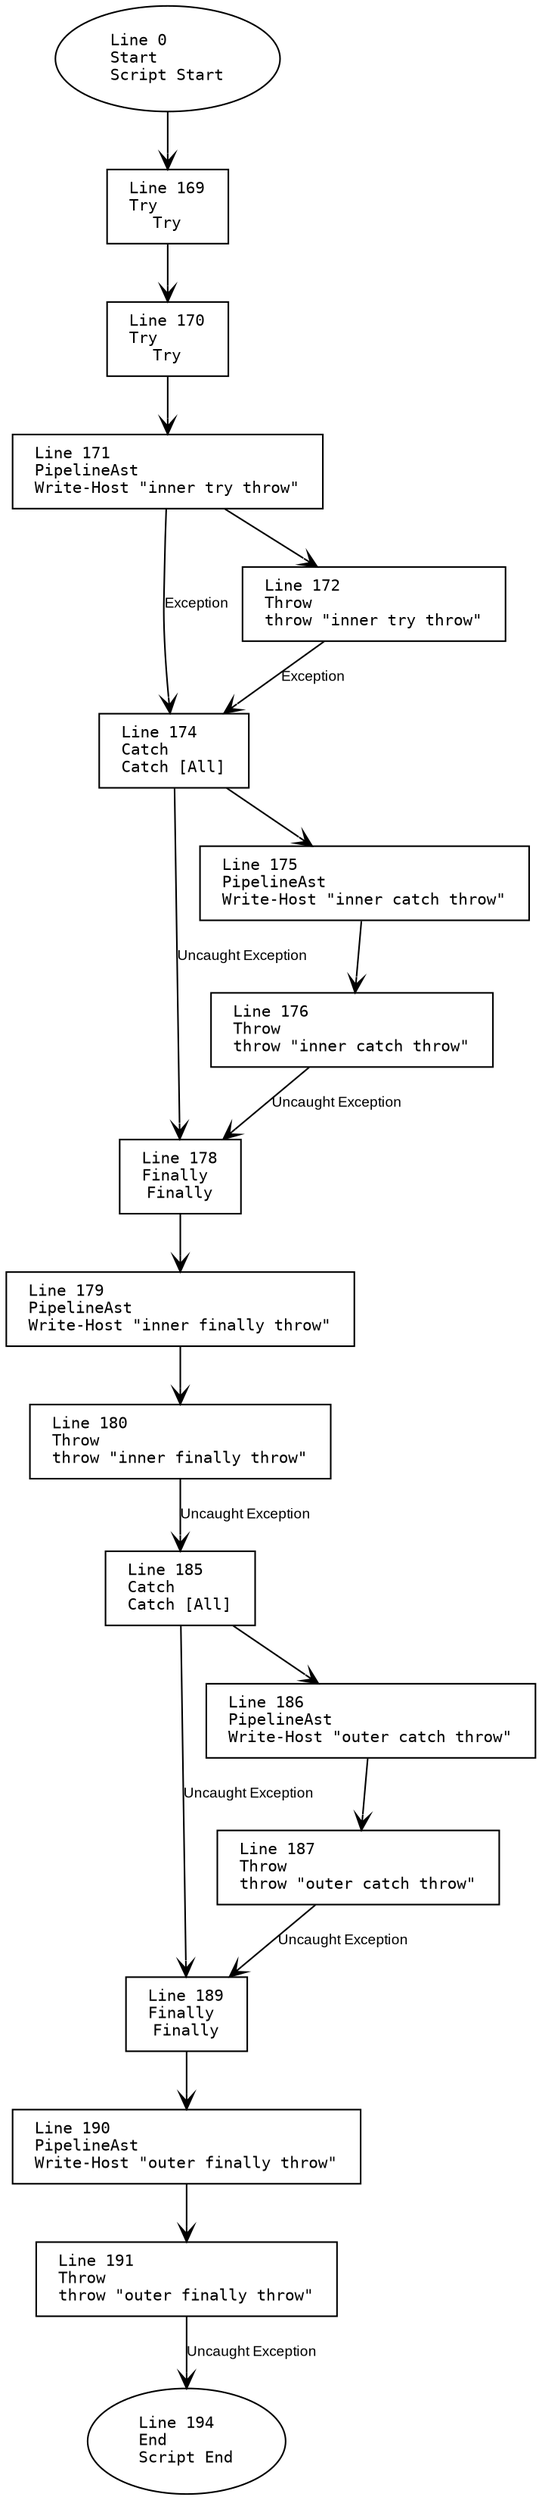
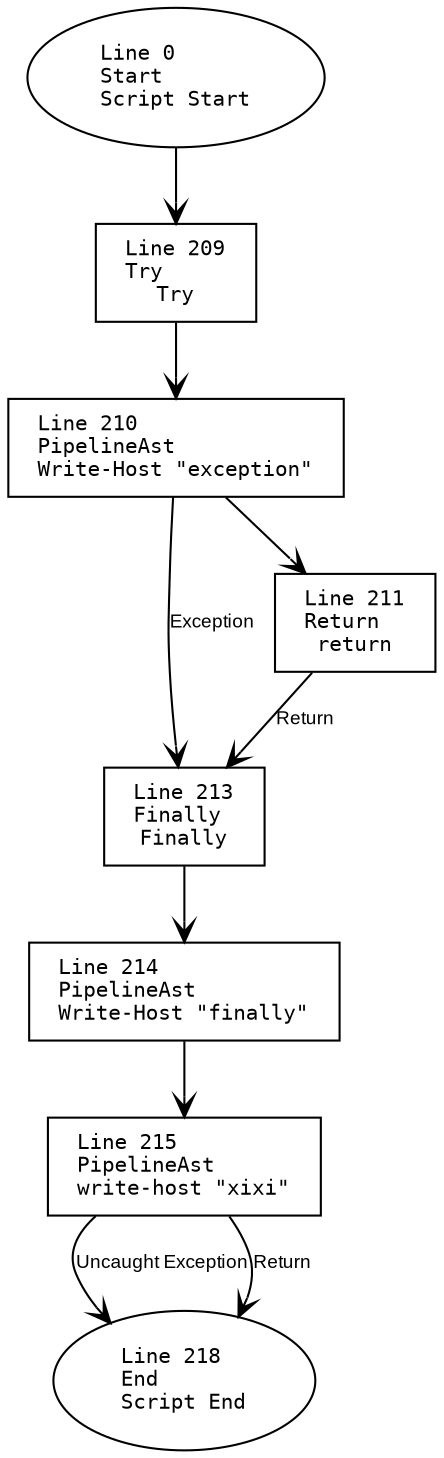
digraph G {
    rankdir=TB;
    node [
        fontname="Consolas"
        shape=box
        width=0
        height=0
        margin="0.2,0.1"
        fontsize=10
    ];
    edge [fontname="Arial", arrowhead=vee, fontsize=9];

    // Nodes
    1 [label="Line 0\lStart\lScript Start", shape=oval];
-     2 [label="Line 194\lEnd\lScript End", shape=oval];
-     3 [label="Line 169\lTry\lTry", shape=box];
-     4 [label="Line 189\lFinally\lFinally", shape=box];
-     5 [label="Line 185\lCatch\lCatch [All]", shape=box];
-     6 [label="Line 170\lTry\lTry", shape=box];
-     7 [label="Line 178\lFinally\lFinally", shape=box];
-     8 [label="Line 174\lCatch\lCatch [All]", shape=box];
-     9 [label="Line 171\lPipelineAst\lWrite-Host \"inner try throw\"", shape=box];
-     10 [label="Line 172\lThrow\lthrow \"inner try throw\"", shape=box];
-     11 [label="Line 175\lPipelineAst\lWrite-Host \"inner catch throw\"", shape=box];
-     12 [label="Line 176\lThrow\lthrow \"inner catch throw\"", shape=box];
-     13 [label="Line 179\lPipelineAst\lWrite-Host \"inner finally throw\"", shape=box];
-     14 [label="Line 180\lThrow\lthrow \"inner finally throw\"", shape=box];
-     15 [label="Line 186\lPipelineAst\lWrite-Host \"outer catch throw\"", shape=box];
-     16 [label="Line 187\lThrow\lthrow \"outer catch throw\"", shape=box];
-     17 [label="Line 190\lPipelineAst\lWrite-Host \"outer finally throw\"", shape=box];
-     18 [label="Line 191\lThrow\lthrow \"outer finally throw\"", shape=box];
+     2 [label="Line 218\lEnd\lScript End", shape=oval];
+     3 [label="Line 209\lTry\lTry", shape=box];
+     4 [label="Line 213\lFinally\lFinally", shape=box];
+     5 [label="Line 210\lPipelineAst\lWrite-Host \"exception\"", shape=box];
+     6 [label="Line 211\lReturn\lreturn", shape=box];
+     7 [label="Line 214\lPipelineAst\lWrite-Host \"finally\"", shape=box];
+     8 [label="Line 215\lPipelineAst\lwrite-host \"xixi\"", shape=box];

    // Edges
    1 -> 3;
-     3 -> 6;
-     6 -> 9;
-     9 -> 10;
-     9 -> 8 [label="Exception"];
-     10 -> 8 [label="Exception"];
-     8 -> 11;
-     11 -> 12;
-     12 -> 7 [label="Uncaught Exception"];
-     8 -> 7 [label="Uncaught Exception"];
-     7 -> 13;
-     13 -> 14;
-     14 -> 5 [label="Uncaught Exception"];
-     5 -> 15;
-     15 -> 16;
-     16 -> 4 [label="Uncaught Exception"];
-     5 -> 4 [label="Uncaught Exception"];
-     4 -> 17;
-     17 -> 18;
-     18 -> 2 [label="Uncaught Exception"];
+     3 -> 5;
+     5 -> 6;
+     5 -> 4 [label="Exception"];
+     6 -> 4 [label="Return"];
+     4 -> 7;
+     7 -> 8;
+     8 -> 2 [label="Uncaught Exception"];
+     8 -> 2 [label="Return"];
}